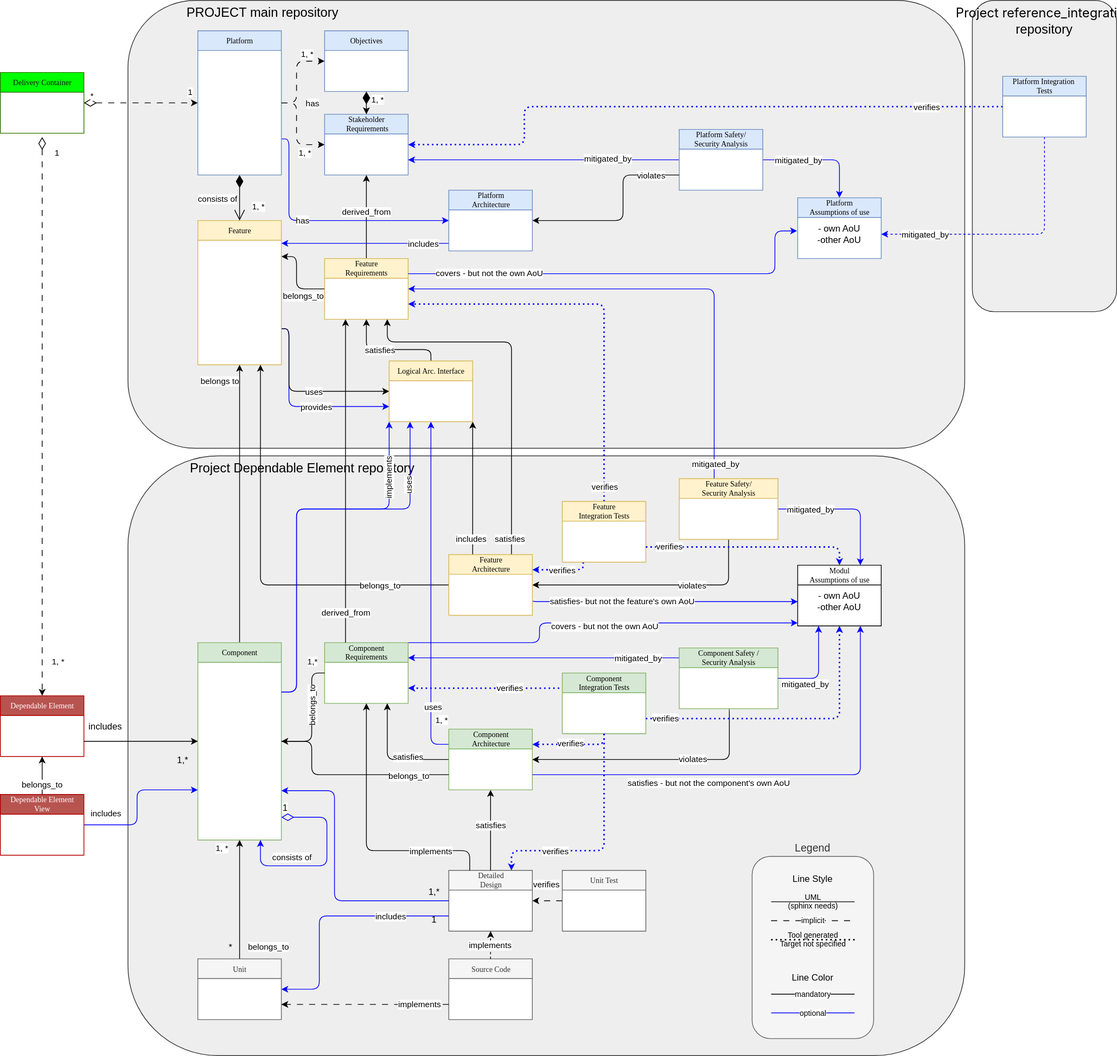
The draw.io diagram pr-621/_images/score_building_blocks_meta_model_deployment_example.drawio.svg in eclipse-score/process_description, before a commit. Source tidied: cells renumbered, new cells last; positions are measured from the earlier drawing's top-left corner, leaving out a move shared by most shapes.
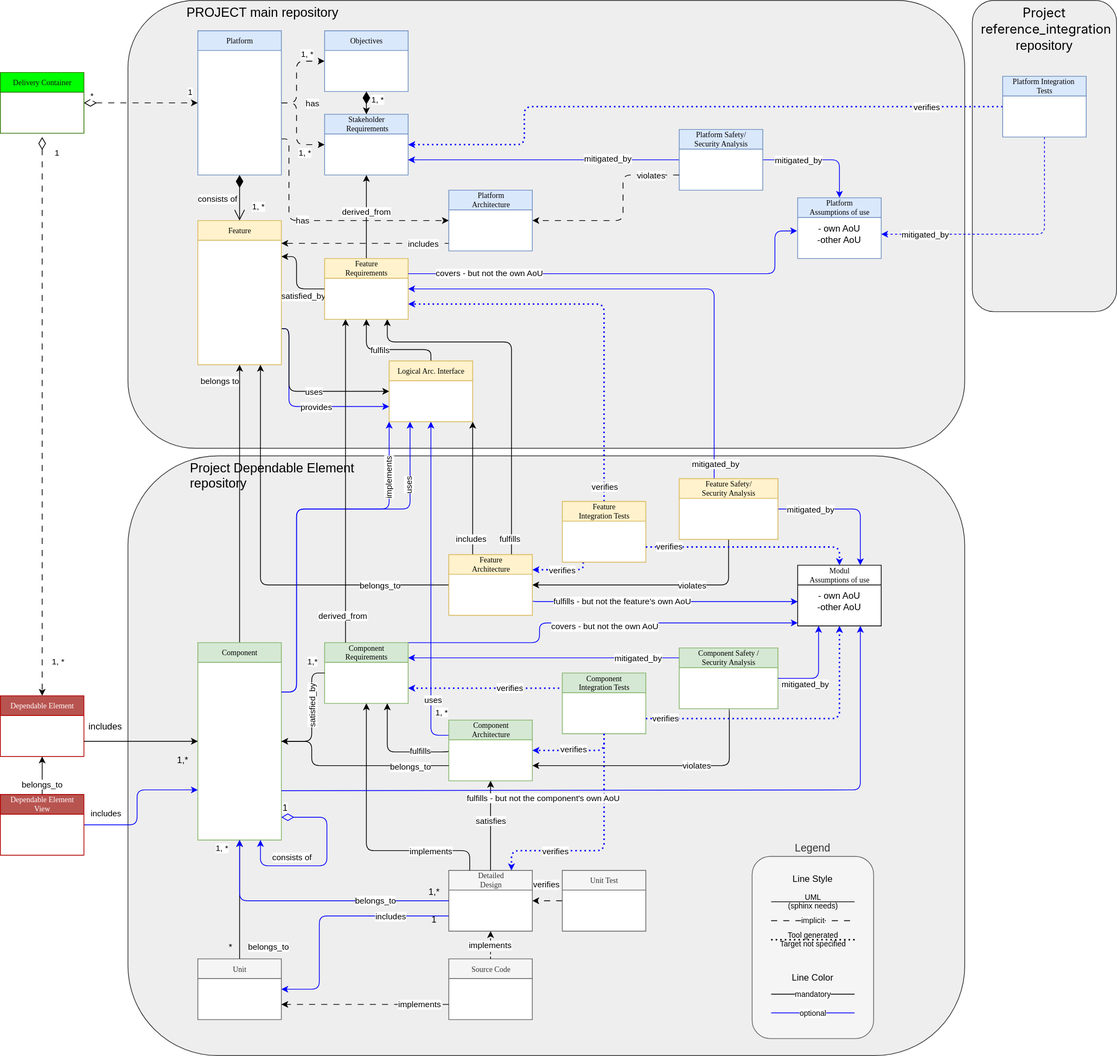
The same file after the commit.

Diff of the diagram source:
```diff
@@ -4,6 +4,6 @@
     <mxCell id="1" parent="0" />
-    <mxCell id="2" value="&lt;div style=&quot;&quot;&gt;&lt;h4 class=&quot;Title-module__heading__tHuYV ReposListItem-module__DefaultItemTitle__n3lDr&quot; style=&quot;color: light-dark(rgb(0, 0, 0), rgb(255, 255, 255)); background-color: transparent; text-decoration-thickness: auto; text-decoration-style: solid; box-sizing: border-box; margin-top: 0px; margin-bottom: 0px; font-weight: 400; max-width: 100%; text-overflow: ellipsis; flex-shrink: 1; justify-content: space-between; display: inline; overflow: hidden; padding-left: 0px; caret-color: rgb(240, 246, 252);&quot;&gt;&lt;font style=&quot;font-size: 17px; color: rgb(0, 0, 0);&quot;&gt;&lt;span style=&quot;box-sizing: border-box;&quot;&gt;&lt;span class=&quot;SearchMatchText-module__highlightedText__ATaD0&quot; style=&quot;font-family: -apple-system, BlinkMacSystemFont, &amp;quot;Segoe UI&amp;quot;, &amp;quot;Noto Sans&amp;quot;, Helvetica, Arial, sans-serif, &amp;quot;Apple Color Emoji&amp;quot;, &amp;quot;Segoe UI Emoji&amp;quot;; text-wrap-mode: nowrap; box-sizing: border-box; background-color: rgba(0, 0, 0, 0); caret-color: rgb(240, 246, 252);&quot;&gt;Project refer&lt;/span&gt;&lt;font face=&quot;-apple-system, BlinkMacSystemFont, Segoe UI, Noto Sans, Helvetica, Arial, sans-serif, Apple Color Emoji, Segoe UI Emoji&quot;&gt;&lt;span style=&quot;text-wrap-mode: nowrap; caret-color: rgb(240, 246, 252);&quot;&gt;ence_integration&lt;/span&gt;&lt;/font&gt;&lt;font face=&quot;-apple-system, system-ui, Segoe UI, Noto Sans, Helvetica, Arial, sans-serif, Apple Color Emoji, Segoe UI Emoji&quot;&gt;&lt;span style=&quot;text-wrap-mode: nowrap; caret-color: rgb(240, 246, 252);&quot;&gt;&lt;br&gt;&lt;/span&gt;&lt;/font&gt;&lt;/span&gt;&lt;/font&gt;&lt;/h4&gt;&lt;span style=&quot;color: light-dark(rgb(0, 0, 0), rgb(255, 255, 255)); background-color: transparent; font-size: 17px;&quot;&gt;repository&lt;/span&gt;&lt;/div&gt;" style="rounded=1;whiteSpace=wrap;html=1;fillColor=#eeeeee;strokeColor=#36393d;verticalAlign=top;align=center;" parent="1" vertex="1">
+    <mxCell id="2" value="&lt;div style=&quot;&quot;&gt;&lt;h4 class=&quot;Title-module__heading__tHuYV ReposListItem-module__DefaultItemTitle__n3lDr&quot; style=&quot;background-color: transparent; text-decoration-thickness: auto; text-decoration-style: solid; box-sizing: border-box; margin-top: 0px; margin-bottom: 0px; font-weight: 400; max-width: 100%; text-overflow: ellipsis; flex-shrink: 1; justify-content: space-between; display: inline; overflow: hidden; padding-left: 0px; caret-color: rgb(240, 246, 252);&quot;&gt;&lt;font style=&quot;font-size: 17px;&quot;&gt;&lt;span style=&quot;box-sizing: border-box;&quot;&gt;&lt;span class=&quot;SearchMatchText-module__highlightedText__ATaD0&quot; style=&quot;font-family: -apple-system, BlinkMacSystemFont, &amp;quot;Segoe UI&amp;quot;, &amp;quot;Noto Sans&amp;quot;, Helvetica, Arial, sans-serif, &amp;quot;Apple Color Emoji&amp;quot;, &amp;quot;Segoe UI Emoji&amp;quot;; text-wrap-mode: nowrap; box-sizing: border-box; background-color: rgba(0, 0, 0, 0); caret-color: rgb(240, 246, 252);&quot;&gt;Project&lt;/span&gt;&lt;/span&gt;&lt;/font&gt;&lt;/h4&gt;&lt;/div&gt;&lt;div style=&quot;&quot;&gt;&lt;h4 class=&quot;Title-module__heading__tHuYV ReposListItem-module__DefaultItemTitle__n3lDr&quot; style=&quot;background-color: transparent; text-decoration-thickness: auto; text-decoration-style: solid; box-sizing: border-box; margin-top: 0px; margin-bottom: 0px; font-weight: 400; max-width: 100%; text-overflow: ellipsis; flex-shrink: 1; justify-content: space-between; display: inline; overflow: hidden; padding-left: 0px; caret-color: rgb(240, 246, 252);&quot;&gt;&lt;font style=&quot;font-size: 17px;&quot;&gt;&lt;span style=&quot;box-sizing: border-box;&quot;&gt;&lt;span class=&quot;SearchMatchText-module__highlightedText__ATaD0&quot; style=&quot;font-family: -apple-system, BlinkMacSystemFont, &amp;quot;Segoe UI&amp;quot;, &amp;quot;Noto Sans&amp;quot;, Helvetica, Arial, sans-serif, &amp;quot;Apple Color Emoji&amp;quot;, &amp;quot;Segoe UI Emoji&amp;quot;; text-wrap-mode: nowrap; box-sizing: border-box; background-color: rgba(0, 0, 0, 0); caret-color: rgb(240, 246, 252);&quot;&gt;&amp;nbsp;refer&lt;/span&gt;&lt;font face=&quot;-apple-system, BlinkMacSystemFont, Segoe UI, Noto Sans, Helvetica, Arial, sans-serif, Apple Color Emoji, Segoe UI Emoji&quot;&gt;&lt;span style=&quot;text-wrap-mode: nowrap; caret-color: rgb(240, 246, 252);&quot;&gt;ence_integration&lt;/span&gt;&lt;/font&gt;&lt;font face=&quot;-apple-system, system-ui, Segoe UI, Noto Sans, Helvetica, Arial, sans-serif, Apple Color Emoji, Segoe UI Emoji&quot;&gt;&lt;span style=&quot;text-wrap-mode: nowrap; caret-color: rgb(240, 246, 252);&quot;&gt;&lt;br&gt;&lt;/span&gt;&lt;/font&gt;&lt;/span&gt;&lt;/font&gt;&lt;/h4&gt;&lt;span style=&quot;background-color: transparent; font-size: 17px;&quot;&gt;repository&lt;/span&gt;&lt;/div&gt;" style="rounded=1;whiteSpace=wrap;html=1;fillColor=#eeeeee;strokeColor=#36393d;verticalAlign=top;align=center;fontColor=default;" parent="1" vertex="1">
       <mxGeometry x="1280" width="190" height="410" as="geometry" />
     </mxCell>
-    <mxCell id="3" value="&lt;blockquote style=&quot;margin: 0 0 0 40px; border: none; padding: 0px;&quot;&gt;&lt;blockquote style=&quot;margin: 0 0 0 40px; border: none; padding: 0px;&quot;&gt;Project Dependable Element repository&lt;/blockquote&gt;&lt;/blockquote&gt;" style="rounded=1;whiteSpace=wrap;html=1;fillColor=#eeeeee;strokeColor=#36393d;align=left;verticalAlign=top;fontSize=17;" parent="1" vertex="1">
+    <mxCell id="3" value="Project Dependable Element &#10;repository" style="rounded=1;whiteSpace=wrap;fillColor=#eeeeee;strokeColor=#36393d;align=left;verticalAlign=top;fontSize=17;labelBackgroundColor=none;spacingLeft=80;" parent="1" vertex="1">
       <mxGeometry x="168" y="600" width="1102" height="790" as="geometry" />
@@ -25,3 +25,3 @@
     </mxCell>
-    <mxCell id="7" value="belongs_to" style="edgeLabel;html=1;align=center;verticalAlign=middle;" parent="6" vertex="1">
+    <mxCell id="7" value="satisfied_by" style="edgeLabel;html=1;align=center;verticalAlign=middle;" parent="6" vertex="1">
       <mxGeometry x="0.82" y="3" relative="1" as="geometry">
@@ -86,3 +86,3 @@
     </mxCell>
-    <mxCell id="19" value="satisfies" style="edgeLabel;html=1;align=center;verticalAlign=middle;" parent="18" vertex="1">
+    <mxCell id="19" value="fulfills" style="edgeLabel;html=1;align=center;verticalAlign=middle;" parent="18" vertex="1">
       <mxGeometry x="0.11" y="1" relative="1" as="geometry">
@@ -140,3 +140,3 @@
     </mxCell>
-    <mxCell id="28" value="belongs_to" style="edgeLabel;html=1;align=center;verticalAlign=middle;rotation=-90;" parent="26" vertex="1">
+    <mxCell id="28" value="satisfied_by" style="edgeLabel;html=1;align=center;verticalAlign=middle;rotation=-90;" parent="26" vertex="1">
       <mxGeometry x="0.06" relative="1" as="geometry">
@@ -210,3 +210,3 @@
     </mxCell>
-    <mxCell id="44" style="edgeStyle=orthogonalEdgeStyle;rounded=1;jettySize=auto;html=1;exitX=1;exitY=0.75;exitDx=0;exitDy=0;entryX=0;entryY=0.5;entryDx=0;entryDy=0;strokeColor=#0000FF;curved=0;" parent="1" edge="1" source="46" target="147">
+    <mxCell id="44" style="edgeStyle=orthogonalEdgeStyle;rounded=1;jettySize=auto;html=1;exitX=1;exitY=0.75;exitDx=0;exitDy=0;entryX=0;entryY=0.5;entryDx=0;entryDy=0;strokeColor=default;curved=0;dashed=1;dashPattern=8 8;align=center;verticalAlign=middle;fontFamily=Helvetica;fontSize=11;fontColor=default;labelBackgroundColor=default;endArrow=classic;" parent="1" edge="1" source="46" target="147">
       <mxGeometry relative="1" as="geometry">
@@ -218,3 +218,3 @@
     </mxCell>
-    <mxCell id="45" value="has" style="edgeLabel;html=1;align=center;verticalAlign=middle;" parent="44" vertex="1">
+    <mxCell id="45" value="has" style="edgeLabel;html=1;align=center;verticalAlign=middle;rounded=1;dashed=1;dashPattern=8 8;strokeColor=default;fontFamily=Helvetica;fontSize=11;fontColor=default;labelBackgroundColor=default;" parent="44" vertex="1">
       <mxGeometry x="-0.18" y="1" relative="1" as="geometry" />
@@ -264,3 +264,4 @@
         <Array as="points">
-          <mxPoint x="510" y="1000" />
+          <mxPoint x="591" y="990" />
+          <mxPoint x="510" y="990" />
         </Array>
@@ -268,6 +269,4 @@
     </mxCell>
-    <mxCell id="55" value="satisfies" style="edgeLabel;html=1;align=center;verticalAlign=middle;" parent="54" vertex="1">
-      <mxGeometry x="-0.45" y="-2" relative="1" as="geometry">
-        <mxPoint x="-12" y="-2" as="offset" />
-      </mxGeometry>
+    <mxCell id="55" value="fulfills" style="edgeLabel;html=1;align=center;verticalAlign=middle;" parent="54" vertex="1">
+      <mxGeometry x="-0.45" y="-2" relative="1" as="geometry" />
     </mxCell>
@@ -282,3 +281,3 @@
     <mxCell id="58" value="Component&lt;br&gt;Architecture" style="swimlane;html=1;fontStyle=0;horizontal=1;startSize=26;fillColor=#d5e8d4;swimlaneFillColor=#ffffff;rounded=0;shadow=0;comic=0;labelBackgroundColor=none;strokeWidth=1;fontFamily=Verdana;fontSize=10;align=center;strokeColor=#82b366;" parent="1" vertex="1">
-      <mxGeometry x="590.5" y="960" width="110" height="80" as="geometry" />
+      <mxGeometry x="590.5" y="948" width="110" height="80" as="geometry" />
     </mxCell>
@@ -288,3 +287,3 @@
           <mxPoint x="410" y="976" />
-          <mxPoint x="410" y="1020" />
+          <mxPoint x="410" y="1008" />
         </Array>
@@ -298,7 +297,6 @@
     </mxCell>
-    <mxCell id="62" style="edgeStyle=orthogonalEdgeStyle;rounded=1;jettySize=auto;html=1;entryX=0;entryY=0.5;entryDx=0;entryDy=0;verticalAlign=bottom;curved=0;exitX=1;exitY=0.75;exitDx=0;exitDy=0;endArrow=none;endFill=0;startArrow=classic;startFill=1;strokeColor=#0000FF;" parent="1" edge="1" source="16" target="61">
+    <mxCell id="62" style="edgeStyle=orthogonalEdgeStyle;rounded=1;jettySize=auto;html=1;entryX=0;entryY=0.5;entryDx=0;entryDy=0;verticalAlign=bottom;curved=0;exitX=0.5;exitY=1;exitDx=0;exitDy=0;endArrow=none;endFill=0;startArrow=classic;startFill=1;strokeColor=#0000FF;" parent="1" edge="1" source="16" target="61">
       <mxGeometry x="-0.88" relative="1" as="geometry">
         <Array as="points">
-          <mxPoint x="440" y="1041" />
-          <mxPoint x="440" y="1186" />
+          <mxPoint x="315" y="1186" />
         </Array>
@@ -306,2 +304,5 @@
     </mxCell>
+    <mxCell id="157" value="belongs_to" style="edgeLabel;html=1;align=center;verticalAlign=middle;" parent="62" vertex="1">
+      <mxGeometry x="0.45" y="1" relative="1" as="geometry" />
+    </mxCell>
     <mxCell id="63" style="edgeStyle=orthogonalEdgeStyle;rounded=1;jettySize=auto;html=1;entryX=0.5;entryY=1;entryDx=0;entryDy=0;endArrow=classic;endFill=1;exitX=0.5;exitY=0;exitDx=0;exitDy=0;curved=0;" parent="1" edge="1" source="61" target="58">
@@ -484,3 +485,3 @@
     </mxCell>
-    <mxCell id="98" style="edgeStyle=orthogonalEdgeStyle;rounded=1;jettySize=auto;html=1;entryX=1;entryY=0.5;entryDx=0;entryDy=0;curved=0;exitX=0.5;exitY=1;exitDx=0;exitDy=0;" parent="1" edge="1" source="102" target="58">
+    <mxCell id="98" style="edgeStyle=orthogonalEdgeStyle;rounded=1;jettySize=auto;html=1;entryX=1;entryY=0.75;entryDx=0;entryDy=0;curved=0;exitX=0.5;exitY=1;exitDx=0;exitDy=0;" parent="1" edge="1" source="102" target="58">
       <mxGeometry relative="1" as="geometry">
@@ -488,3 +489,3 @@
           <mxPoint x="960" y="933" />
-          <mxPoint x="960" y="1000" />
+          <mxPoint x="960" y="1008" />
         </Array>
@@ -532,6 +533,6 @@
     </mxCell>
-    <mxCell id="109" style="edgeStyle=orthogonalEdgeStyle;rounded=1;jettySize=auto;html=1;entryX=1;entryY=0.25;entryDx=0;entryDy=0;dashed=1;curved=0;strokeColor=#0000FF;dashPattern=1 2;strokeWidth=2;endSize=3;exitX=0.5;exitY=1;exitDx=0;exitDy=0;" parent="1" edge="1" source="97" target="58">
+    <mxCell id="109" style="edgeStyle=orthogonalEdgeStyle;rounded=1;jettySize=auto;html=1;entryX=1;entryY=0.5;entryDx=0;entryDy=0;dashed=1;curved=0;strokeColor=#0000FF;dashPattern=1 2;strokeWidth=2;endSize=3;exitX=0.5;exitY=1;exitDx=0;exitDy=0;" parent="1" edge="1" source="97" target="58">
       <mxGeometry relative="1" as="geometry">
         <Array as="points">
-          <mxPoint x="795" y="980" />
+          <mxPoint x="795" y="988" />
         </Array>
@@ -559,3 +560,3 @@
     </mxCell>
-    <mxCell id="116" style="edgeStyle=orthogonalEdgeStyle;rounded=1;jettySize=auto;html=1;entryX=1;entryY=0.5;entryDx=0;entryDy=0;exitX=0;exitY=0.75;exitDx=0;exitDy=0;curved=0;strokeColor=#000000;" parent="1" edge="1" source="115" target="147">
+    <mxCell id="116" style="edgeStyle=orthogonalEdgeStyle;rounded=1;jettySize=auto;html=1;entryX=1;entryY=0.5;entryDx=0;entryDy=0;exitX=0;exitY=0.75;exitDx=0;exitDy=0;curved=0;strokeColor=default;dashed=1;dashPattern=8 8;align=center;verticalAlign=middle;fontFamily=Helvetica;fontSize=11;fontColor=default;labelBackgroundColor=default;endArrow=classic;" parent="1" edge="1" source="115" target="147">
       <mxGeometry relative="1" as="geometry">
@@ -567,6 +568,6 @@
     </mxCell>
-    <mxCell id="117" value="&lt;span style=&quot;&quot;&gt;violates&lt;/span&gt;" style="edgeLabel;html=1;align=center;verticalAlign=middle;labelBackgroundColor=#FFFFFF;" parent="116" vertex="1">
+    <mxCell id="117" value="&lt;span style=&quot;&quot;&gt;violates&lt;/span&gt;" style="edgeLabel;html=1;align=center;verticalAlign=middle;labelBackgroundColor=default;rounded=1;dashed=1;dashPattern=8 8;strokeColor=default;fontFamily=Helvetica;fontSize=11;fontColor=default;" parent="116" vertex="1">
       <mxGeometry x="-0.7" relative="1" as="geometry" />
     </mxCell>
-    <mxCell id="118" value="satisfies" style="edgeStyle=orthogonalEdgeStyle;html=1;entryX=0.5;entryY=1;entryDx=0;entryDy=0;exitX=0.5;exitY=0;exitDx=0;exitDy=0;strokeColor=#000000;verticalAlign=bottom;" parent="1" edge="1" source="119" target="153">
+    <mxCell id="118" value="fulfils" style="edgeStyle=orthogonalEdgeStyle;html=1;entryX=0.5;entryY=1;entryDx=0;entryDy=0;exitX=0.5;exitY=0;exitDx=0;exitDy=0;strokeColor=#000000;verticalAlign=bottom;" parent="1" edge="1" source="119" target="153">
       <mxGeometry x="0.17" y="10" relative="1" as="geometry">
@@ -679,9 +680,9 @@
     </mxCell>
-    <mxCell id="138" value="satisfies- but not the feature's own AoU" style="edgeLabel;html=1;align=center;verticalAlign=middle;" parent="137" vertex="1">
+    <mxCell id="138" value="fulfills - but not the feature's own AoU" style="edgeLabel;html=1;align=center;verticalAlign=middle;" parent="137" vertex="1">
       <mxGeometry x="0.32" y="-1" relative="1" as="geometry" />
     </mxCell>
-    <mxCell id="139" style="edgeStyle=orthogonalEdgeStyle;rounded=1;jettySize=auto;html=1;exitX=0.75;exitY=1;exitDx=0;exitDy=0;strokeColor=#0000ff;startArrow=classic;startFill=1;endArrow=none;endFill=0;entryX=1;entryY=0.75;entryDx=0;entryDy=0;" parent="1" edge="1" source="149" target="58">
+    <mxCell id="139" style="edgeStyle=orthogonalEdgeStyle;rounded=1;jettySize=auto;html=1;exitX=0.75;exitY=1;exitDx=0;exitDy=0;strokeColor=#0000ff;startArrow=classic;startFill=1;endArrow=none;endFill=0;entryX=1;entryY=0.75;entryDx=0;entryDy=0;" parent="1" edge="1" source="149" target="16">
       <mxGeometry relative="1" as="geometry">
         <Array as="points">
-          <mxPoint x="1133" y="1020" />
+          <mxPoint x="1133" y="1040" />
         </Array>
@@ -689,3 +690,3 @@
     </mxCell>
-    <mxCell id="140" value="satisfies - but not the component's own AoU" style="edgeLabel;html=1;align=center;verticalAlign=middle;" parent="139" vertex="1">
+    <mxCell id="140" value="fulfills - but not the component's own AoU" style="edgeLabel;html=1;align=center;verticalAlign=middle;" parent="139" vertex="1">
       <mxGeometry x="0.35" y="-2" relative="1" as="geometry">
@@ -716,3 +717,3 @@
     </mxCell>
-    <mxCell id="145" style="edgeStyle=orthogonalEdgeStyle;rounded=0;jettySize=auto;html=1;exitX=0;exitY=0.75;exitDx=0;exitDy=0;strokeColor=#0000FF;" parent="1" edge="1" source="147">
+    <mxCell id="145" style="edgeStyle=orthogonalEdgeStyle;rounded=1;jettySize=auto;html=1;exitX=0;exitY=0.75;exitDx=0;exitDy=0;strokeColor=default;dashed=1;dashPattern=8 8;align=center;verticalAlign=middle;fontFamily=Helvetica;fontSize=11;fontColor=default;labelBackgroundColor=default;endArrow=classic;curved=0;" parent="1" edge="1" source="147">
       <mxGeometry relative="1" as="geometry">
@@ -724,3 +725,3 @@
     </mxCell>
-    <mxCell id="146" value="includes" style="edgeLabel;html=1;align=center;verticalAlign=middle;" parent="145" vertex="1">
+    <mxCell id="146" value="includes" style="edgeLabel;html=1;align=center;verticalAlign=middle;rounded=1;dashed=1;dashPattern=8 8;strokeColor=default;fontFamily=Helvetica;fontSize=11;fontColor=default;labelBackgroundColor=default;" parent="145" vertex="1">
       <mxGeometry x="-0.06" relative="1" as="geometry">
@@ -746,3 +747,3 @@
       <mxGeometry x="-0.81" y="1" relative="1" as="geometry">
-        <mxPoint x="1" as="offset" />
+        <mxPoint x="-3" y="4" as="offset" />
       </mxGeometry>
```
